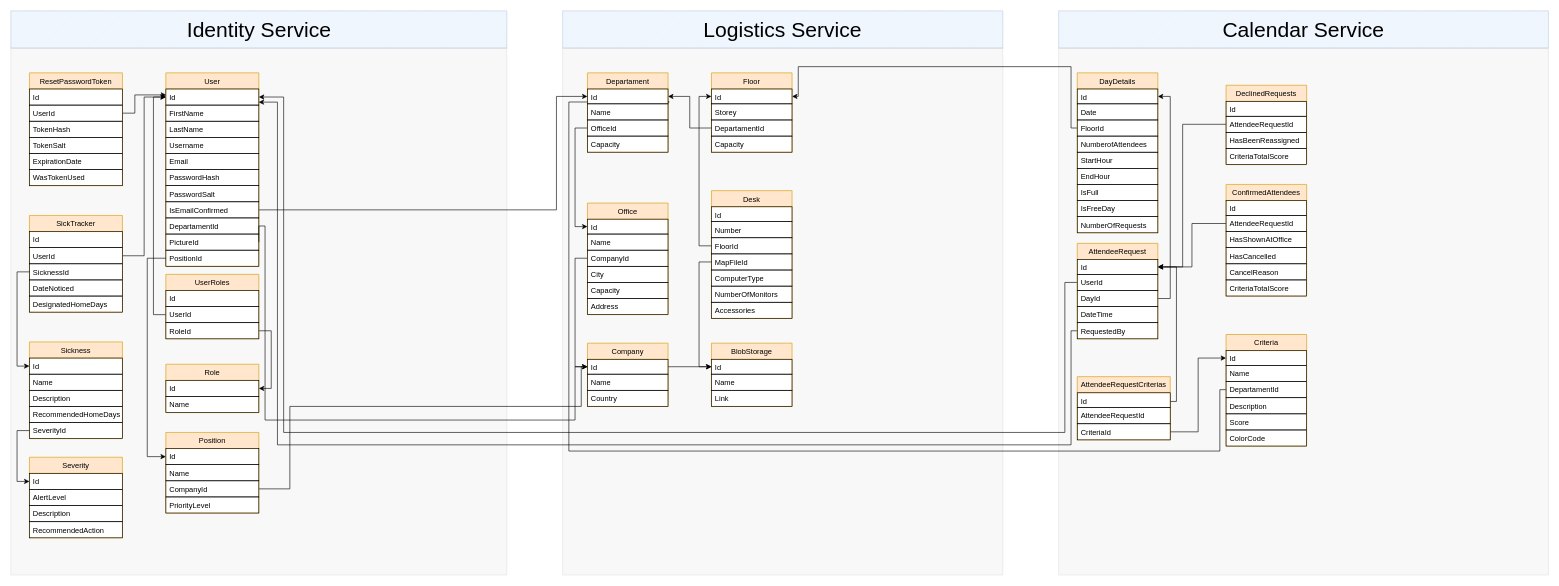
Earlier version of the draw.io diagram Koala DB.drawio (dariusmunteanu/Diagrams). Source tidied: cells renumbered, new cells numbered last; positions are measured from the earlier drawing's top-left corner, leaving out a move shared by most shapes. Both pictures are drawn from the tidied source at 62%, with x=0, y=0 at pixel (11, 11).
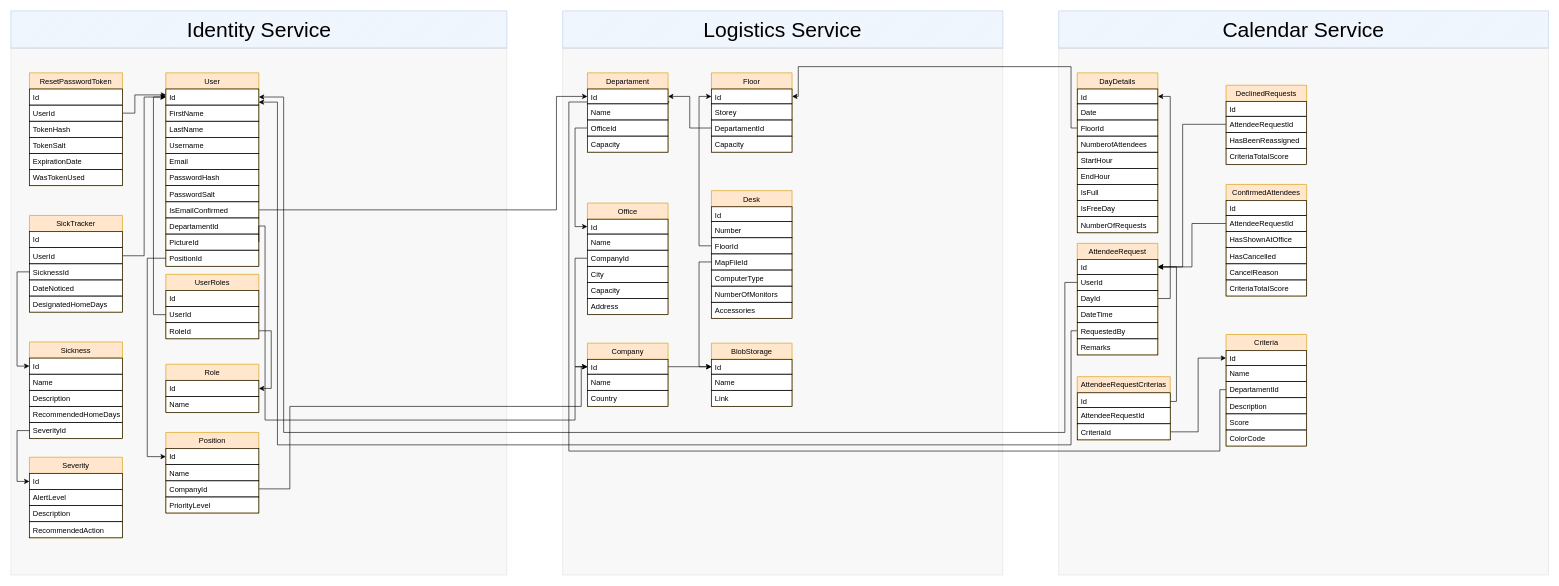
The same page after the edit.

Diff of the diagram source:
```diff
@@
     <mxCell id="98" value="AttendeeRequest" style="swimlane;fontStyle=0;horizontal=1;startSize=26;fillColor=#ffe6cc;swimlaneFillColor=#ffffff;rounded=0;strokeColor=#d79b00;" parent="1" vertex="1">
-      <mxGeometry x="1720" y="375" width="130" height="154" as="geometry" />
+      <mxGeometry x="1720" y="375" width="130" height="180" as="geometry" />
     </mxCell>
@@
+    <mxCell id="155" value="Remarks" style="text;fillColor=none;align=left;verticalAlign=top;spacingLeft=4;spacingRight=4;overflow=hidden;strokeColor=#000000;" parent="98" vertex="1">
+      <mxGeometry y="154" width="130" height="26" as="geometry" />
+    </mxCell>
```
